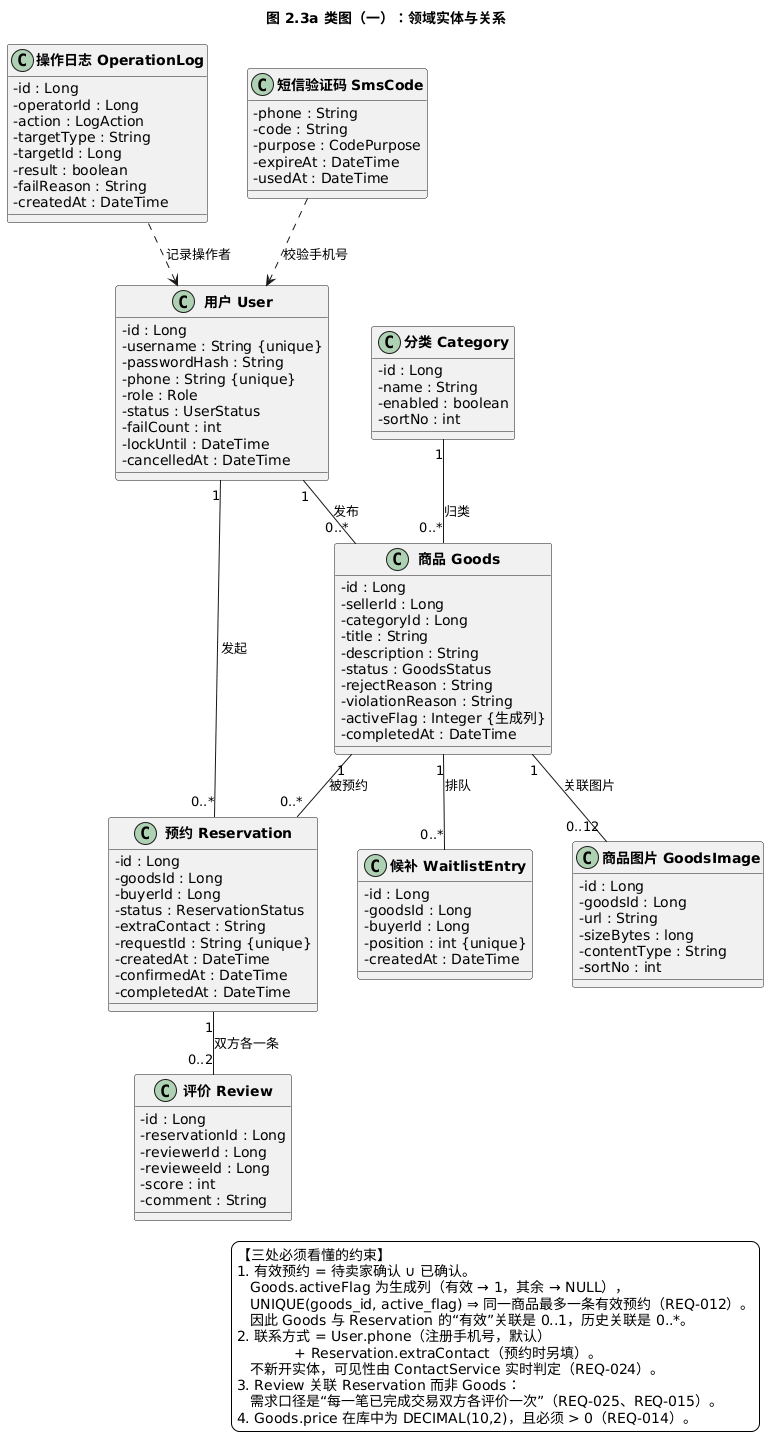
This is UML/UML类图-实体.png from BlankBlacking/se-lab2-secondhand, a PlantUML export, as it was before one commit.
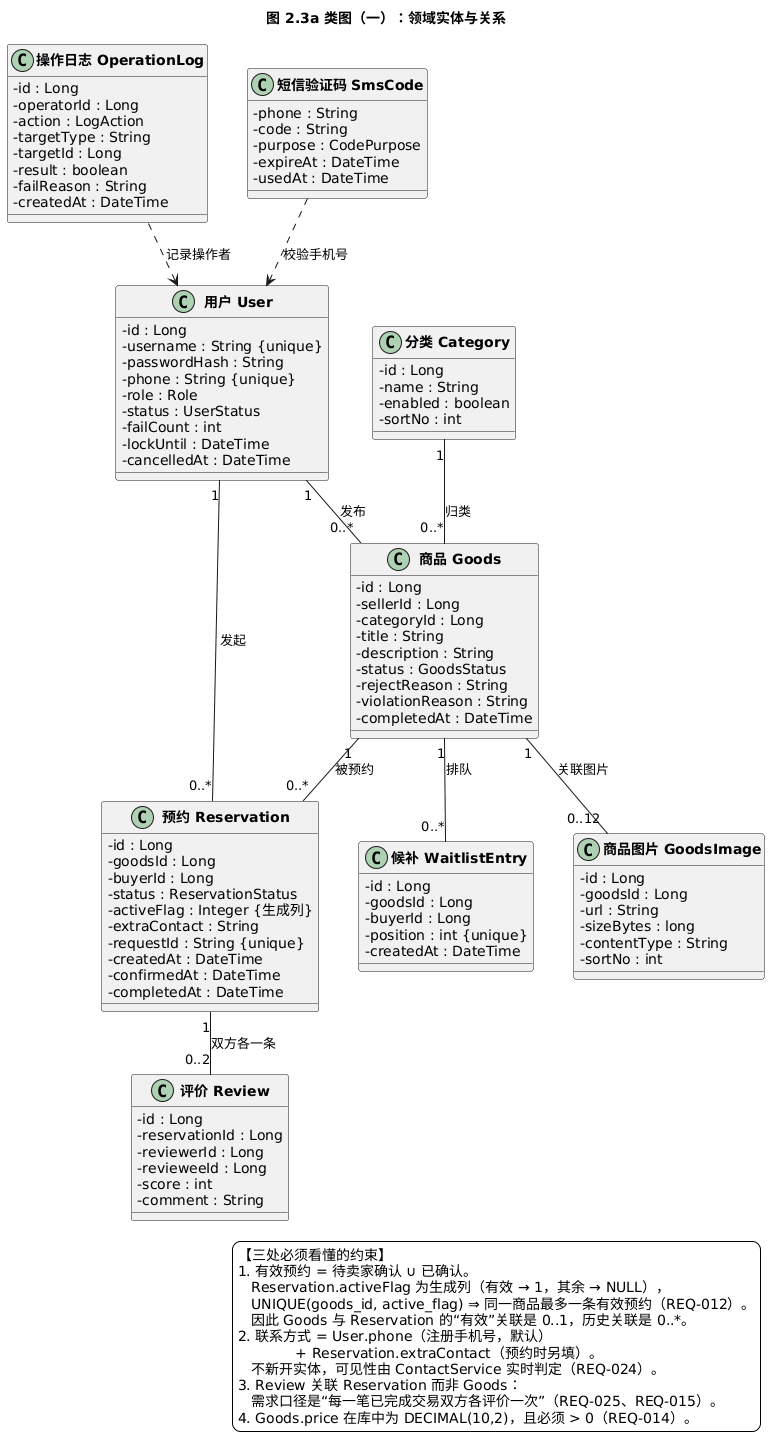
After the change.

Commit message:
lab2: 修正 active_flag 归属（应在 reservation 表）、报告补齐附录 A/B 两张数据表

The edit, as a diff of the source:
```diff
@@ -36,7 +36,6 @@
   - status : GoodsStatus
   - rejectReason : String
   - violationReason : String
-  - activeFlag : Integer {生成列}
   - completedAt : DateTime
 }
 
@@ -54,6 +53,7 @@
   - goodsId : Long
   - buyerId : Long
   - status : ReservationStatus
+  - activeFlag : Integer {生成列}
   - extraContact : String
   - requestId : String {unique}
   - createdAt : DateTime
@@ -111,7 +111,7 @@
 legend right
   【三处必须看懂的约束】
   1. 有效预约 = 待卖家确认 ∪ 已确认。
-     Goods.activeFlag 为生成列（有效 → 1，其余 → NULL），
+     Reservation.activeFlag 为生成列（有效 → 1，其余 → NULL），
      UNIQUE(goods_id, active_flag) ⇒ 同一商品最多一条有效预约（REQ-012）。
      因此 Goods 与 Reservation 的“有效”关联是 0..1，历史关联是 0..*。
   2. 联系方式 = User.phone（注册手机号，默认）
```
